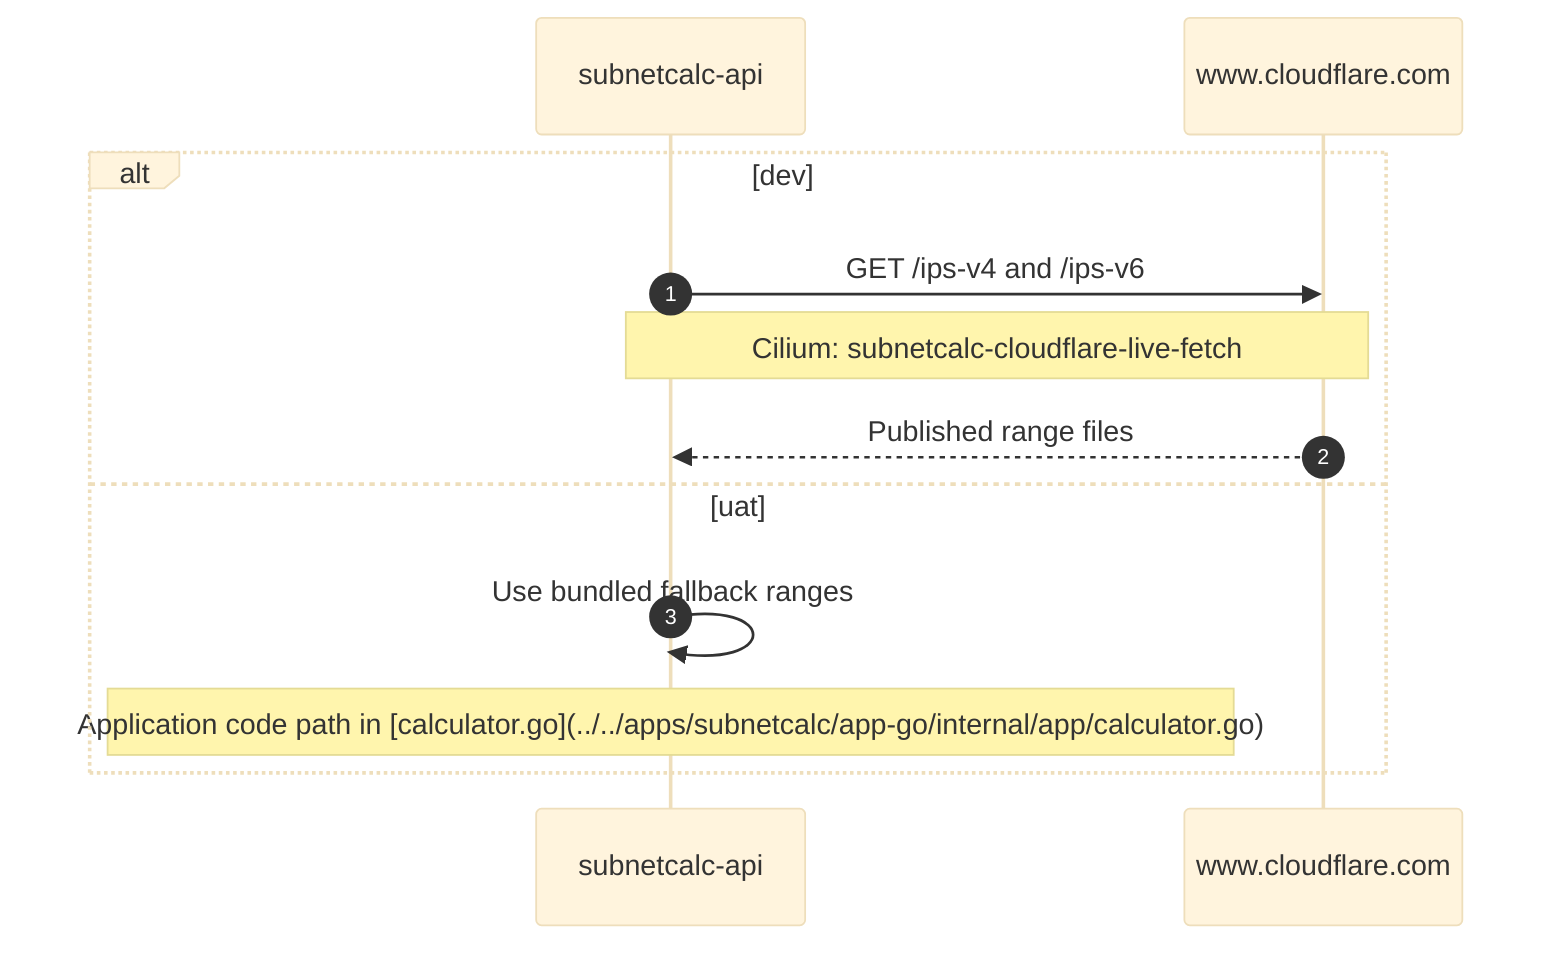
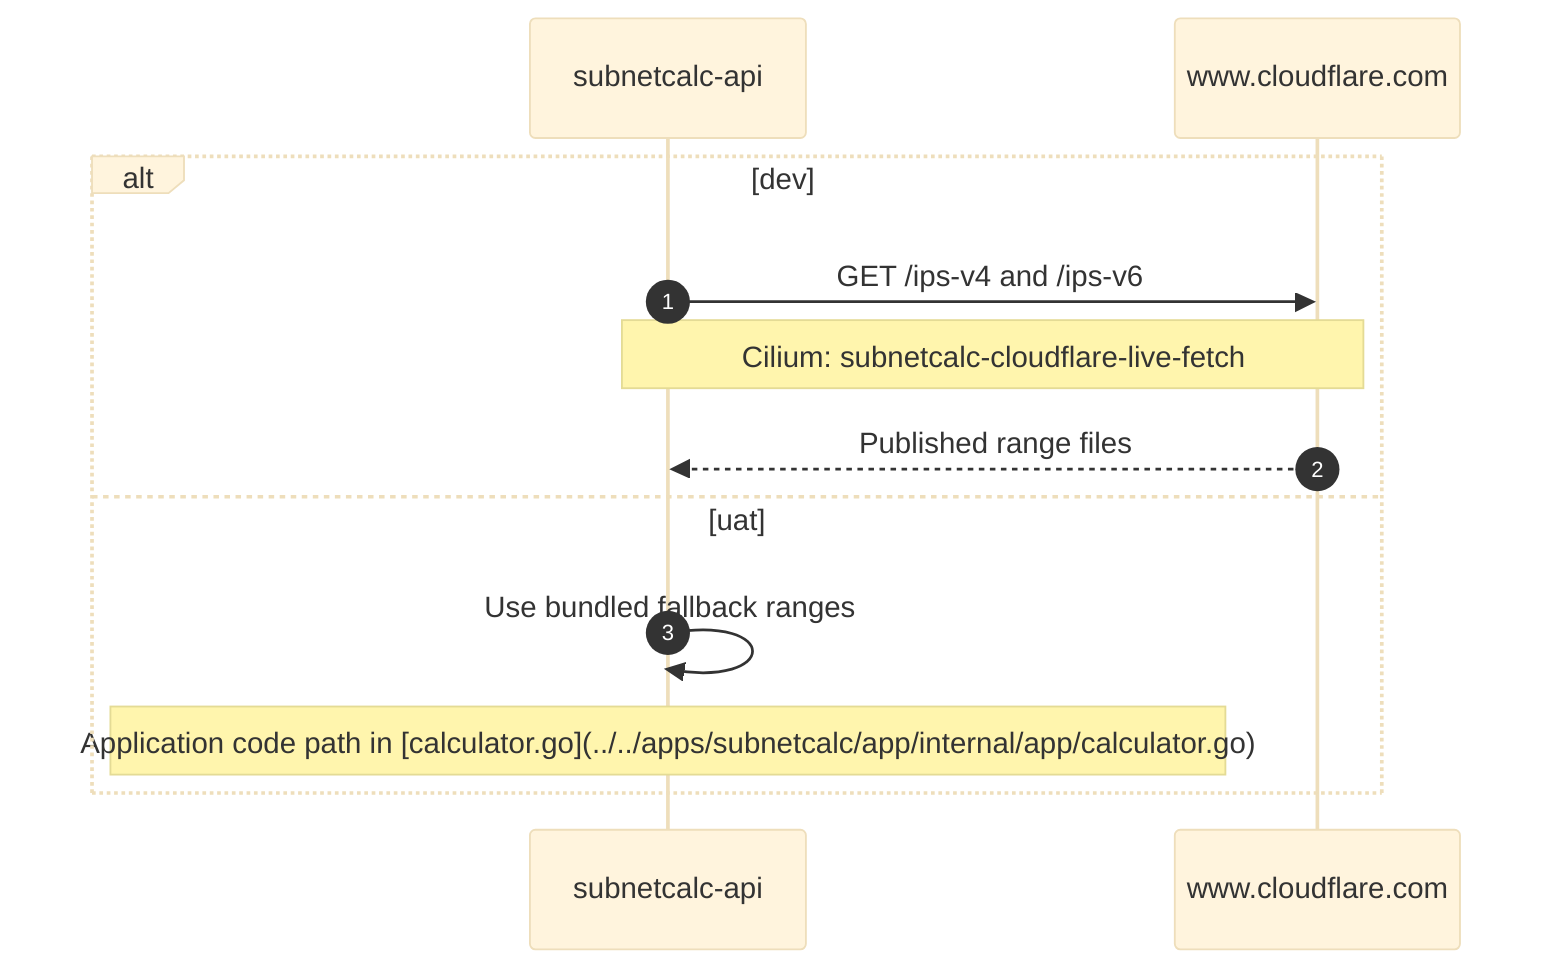
%%{init: {"theme": "base", "themeVariables": {"background": "#ffffff"}}}%%
sequenceDiagram
    autonumber
    participant API as subnetcalc-api
    participant Cloudflare as www.cloudflare.com

    alt dev
        API->>Cloudflare: GET /ips-v4 and /ips-v6
        Note over API,Cloudflare: Cilium: subnetcalc-cloudflare-live-fetch
        Cloudflare-->>API: Published range files
    else uat
        API->>API: Use bundled fallback ranges
-         Note over API: Application code path in [calculator.go](../../apps/subnetcalc/app-go/internal/app/calculator.go)
+         Note over API: Application code path in [calculator.go](../../apps/subnetcalc/app/internal/app/calculator.go)
    end
